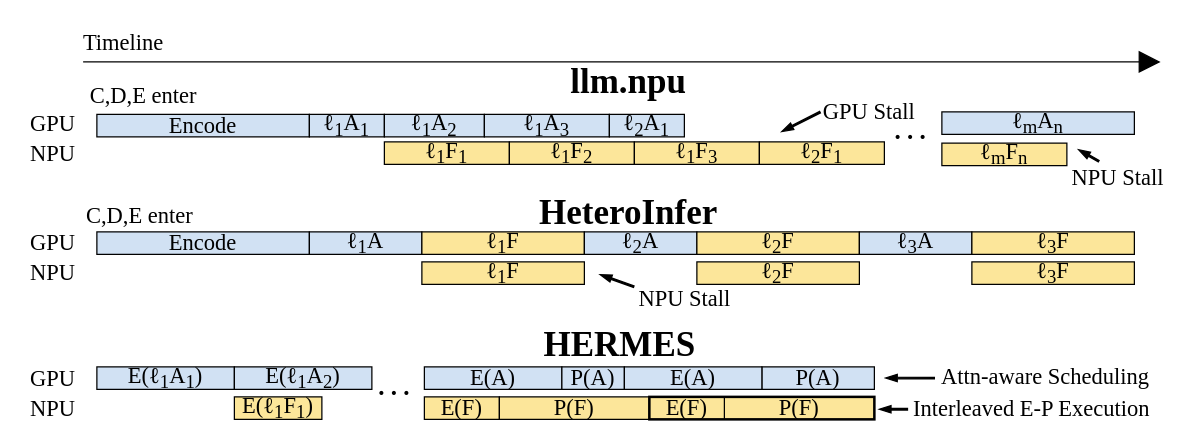
Before: figures/pipeline_new.drawio in icszhr/hermes, a draw.io diagram. Source tidied: cells renumbered, new cells numbered last; positions are measured from the earlier drawing's top-left corner, leaving out a move shared by most shapes. Both pictures are drawn from the tidied source at 125%, with x=0, y=0 at pixel (21, 24).
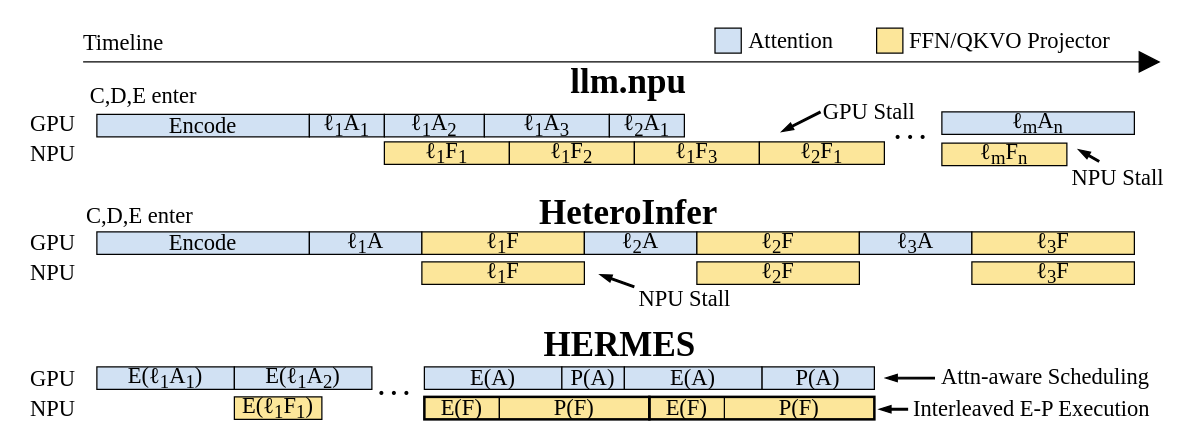
The same diagram, later.

Change to the diagram source:
```diff
@@
+    <mxCell id="60" style="rounded=0;whiteSpace=wrap;html=1;fillColor=light-dark(#d1e1f3, #ededed);" parent="1" vertex="1">
+      <mxGeometry x="554.5" y="3" width="21" height="20" as="geometry" />
+    </mxCell>
+    <mxCell id="61" value="Attention" style="text;html=1;align=center;verticalAlign=middle;whiteSpace=wrap;rounded=0;fontFamily=Times New Roman;fontSize=18;" parent="1" vertex="1">
+      <mxGeometry x="575" y="-2" width="80.5" height="30" as="geometry" />
+    </mxCell>
+    <mxCell id="62" style="rounded=0;whiteSpace=wrap;html=1;fillColor=light-dark(#fce69a, #ededed);" parent="1" vertex="1">
+      <mxGeometry x="683.8" y="3" width="21" height="20" as="geometry" />
+    </mxCell>
+    <mxCell id="63" value="FFN/QKVO Projector" style="text;html=1;align=center;verticalAlign=middle;whiteSpace=wrap;rounded=0;fontFamily=Times New Roman;fontSize=18;" parent="1" vertex="1">
+      <mxGeometry x="704.8" y="-2" width="170.8" height="30" as="geometry" />
+    </mxCell>
+    <mxCell id="64" style="rounded=0;whiteSpace=wrap;html=1;fillColor=none;strokeWidth=2;" parent="1" vertex="1">
+      <mxGeometry x="322" y="298" width="180" height="18" as="geometry" />
+    </mxCell>
```
